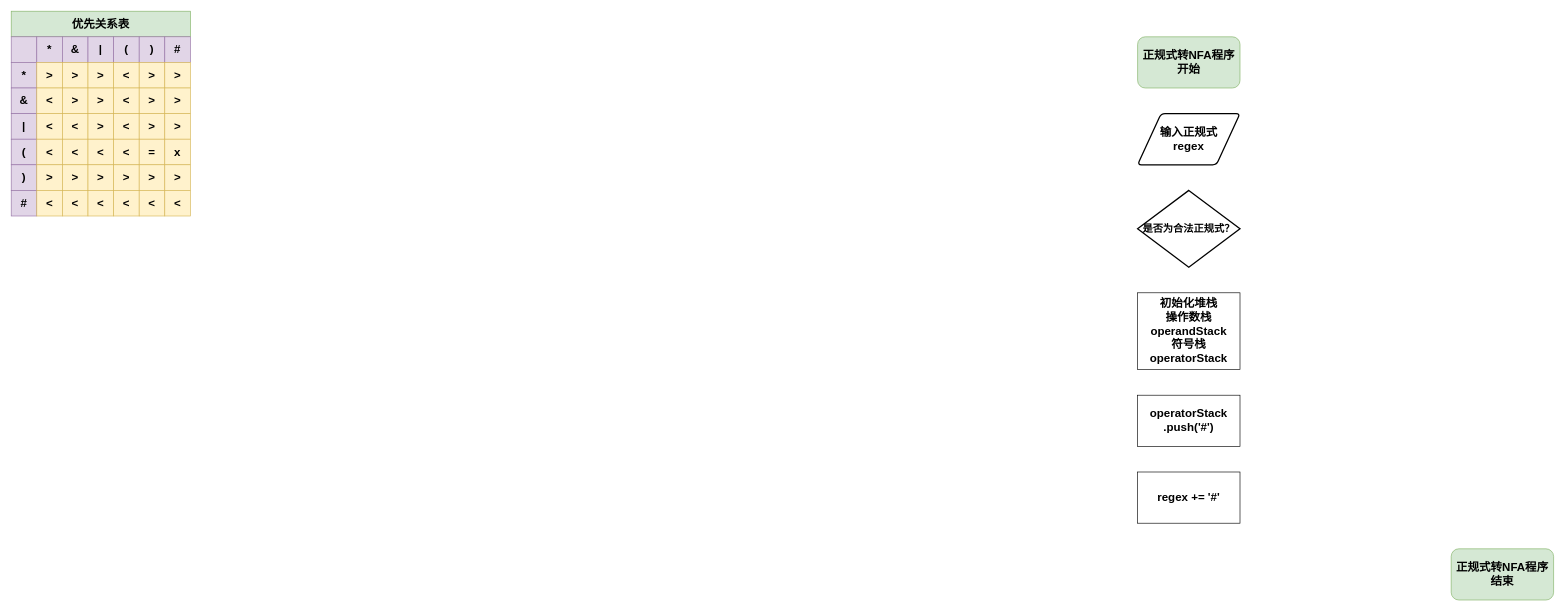
This is CS/CompilersPrinciples/LexicalAnalysis.drawio from umiskky/Diagrams, a draw.io file, before an edit. Source tidied: cells renumbered, new cells numbered last; positions are measured from the earlier drawing's top-left corner, leaving out a move shared by most shapes. Both pictures are drawn from the tidied source at 64%, with x=0, y=0 at pixel (11, 11).
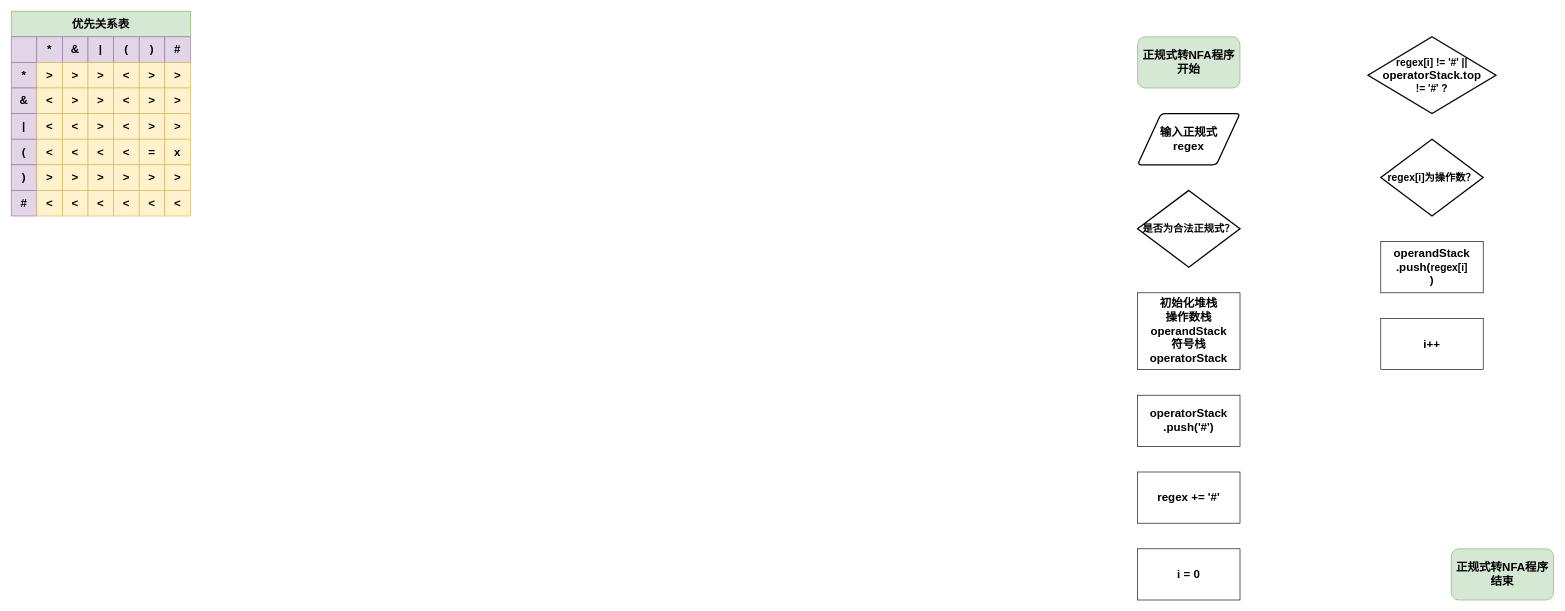
After the change.

The edit, as a diff of the source:
```diff
@@
+    <mxCell id="60" value="&lt;font size=&quot;3&quot;&gt;&lt;b&gt;regex[i] != '#' ||&lt;br&gt;&lt;/b&gt;&lt;/font&gt;&lt;b style=&quot;font-size: 18px&quot;&gt;operatorStack.top&lt;br&gt;&lt;/b&gt;&lt;font size=&quot;3&quot;&gt;&lt;b&gt;!= '#' ?&lt;br&gt;&lt;/b&gt;&lt;/font&gt;" style="strokeWidth=2;html=1;shape=mxgraph.flowchart.decision;whiteSpace=wrap;" parent="1" vertex="1">
+      <mxGeometry x="2120" y="40" width="200" height="120" as="geometry" />
+    </mxCell>
+    <mxCell id="61" value="&lt;span style=&quot;font-size: 18px&quot;&gt;&lt;b&gt;i = 0&lt;/b&gt;&lt;/span&gt;" style="rounded=0;whiteSpace=wrap;html=1;" parent="1" vertex="1">
+      <mxGeometry x="1760" y="840" width="160" height="80" as="geometry" />
+    </mxCell>
+    <mxCell id="62" value="&lt;b style=&quot;font-size: medium&quot;&gt;regex[i]为操作数？&lt;/b&gt;&lt;font size=&quot;3&quot;&gt;&lt;b&gt;&lt;br&gt;&lt;/b&gt;&lt;/font&gt;" style="strokeWidth=2;html=1;shape=mxgraph.flowchart.decision;whiteSpace=wrap;" parent="1" vertex="1">
+      <mxGeometry x="2140" y="200" width="160" height="120" as="geometry" />
+    </mxCell>
+    <mxCell id="63" value="&lt;b style=&quot;font-size: 18px&quot;&gt;operandStack&lt;br&gt;.push(&lt;/b&gt;&lt;b style=&quot;font-size: medium&quot;&gt;regex[i]&lt;/b&gt;&lt;b style=&quot;font-size: 18px&quot;&gt;&lt;br&gt;)&lt;/b&gt;" style="rounded=0;whiteSpace=wrap;html=1;" parent="1" vertex="1">
+      <mxGeometry x="2140" y="360" width="160" height="80" as="geometry" />
+    </mxCell>
+    <mxCell id="64" value="&lt;span style=&quot;font-size: 18px&quot;&gt;&lt;b&gt;i++&lt;/b&gt;&lt;/span&gt;" style="rounded=0;whiteSpace=wrap;html=1;" parent="1" vertex="1">
+      <mxGeometry x="2140" y="480" width="160" height="80" as="geometry" />
+    </mxCell>
```
